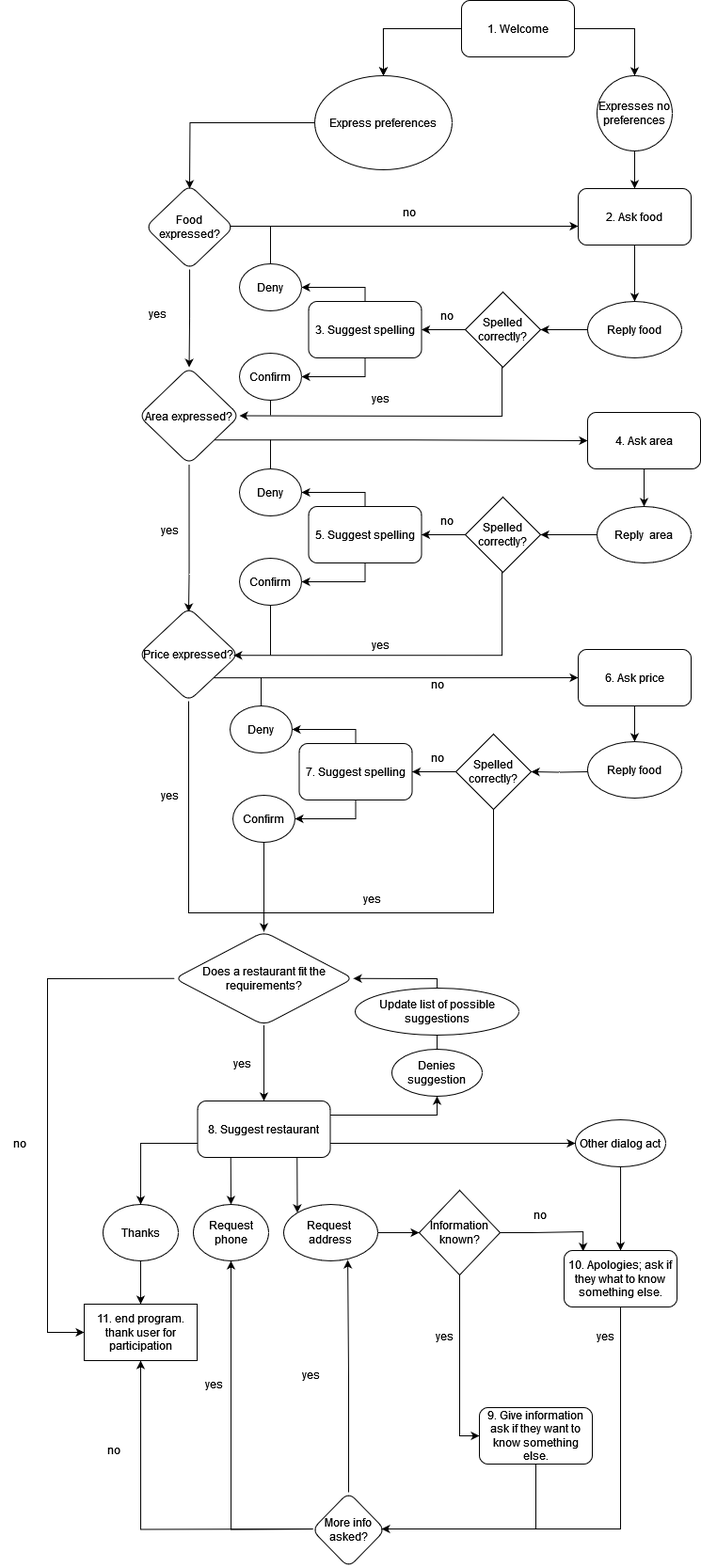
Earlier version of the draw.io export diagram-22-09-23.png (simon-hjp/MAIR_projectG16). Source tidied: cells renumbered, new cells last; positions are measured from the earlier drawing's top-left corner, leaving out a move shared by most shapes.
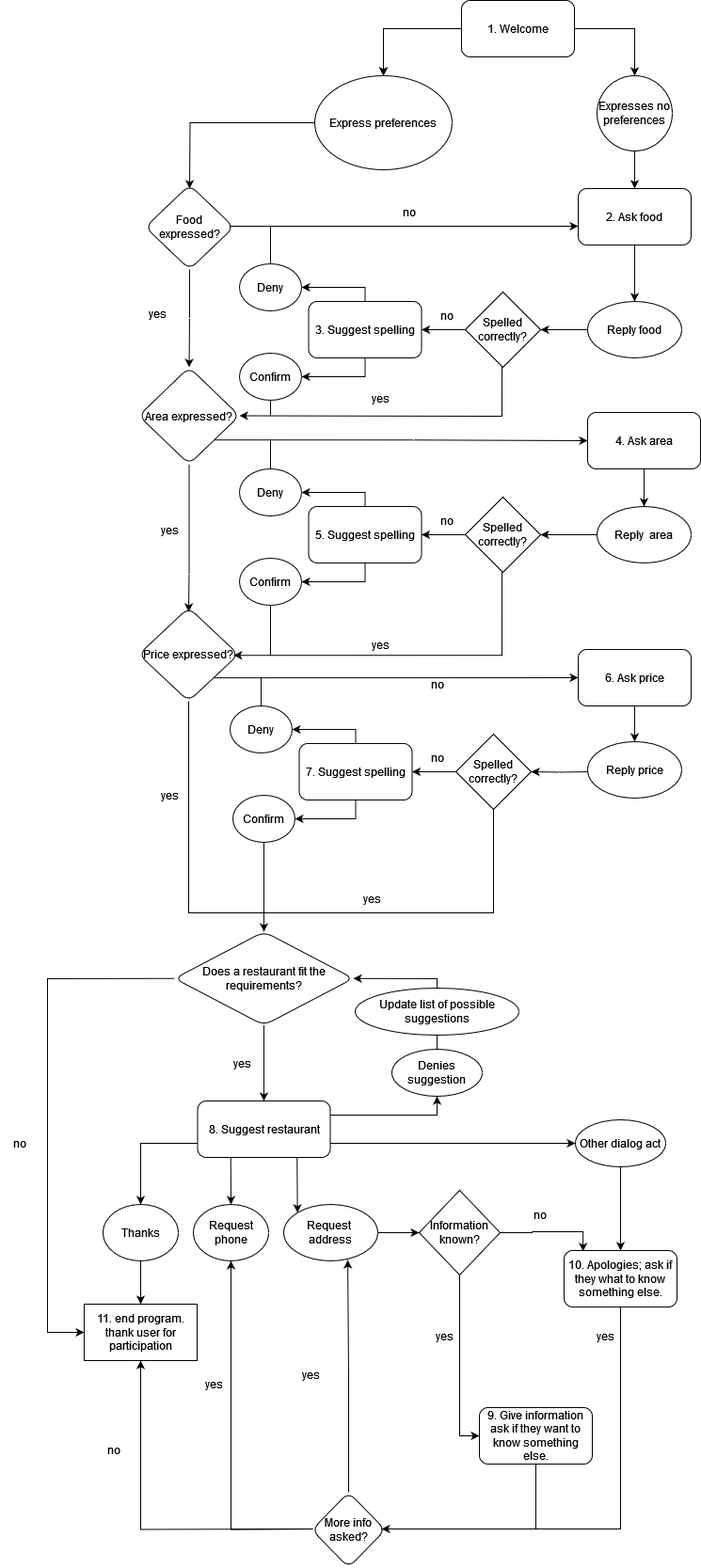
The same diagram one commit later.

Change to the diagram source:
```diff
@@ -127,7 +127,7 @@
     <mxCell id="36" value="6. Ask price" style="whiteSpace=wrap;html=1;rounded=1;" parent="1" vertex="1">
       <mxGeometry x="614" y="690" width="120" height="60" as="geometry" />
     </mxCell>
-    <mxCell id="37" value="Reply food" style="ellipse;whiteSpace=wrap;html=1;" parent="1" vertex="1">
+    <mxCell id="37" value="Reply price" style="ellipse;whiteSpace=wrap;html=1;" parent="1" vertex="1">
       <mxGeometry x="624" y="788" width="100" height="60" as="geometry" />
     </mxCell>
     <mxCell id="38" value="no" style="text;html=1;align=center;verticalAlign=middle;strokeColor=none;fillColor=none;" parent="1" vertex="1">
```
